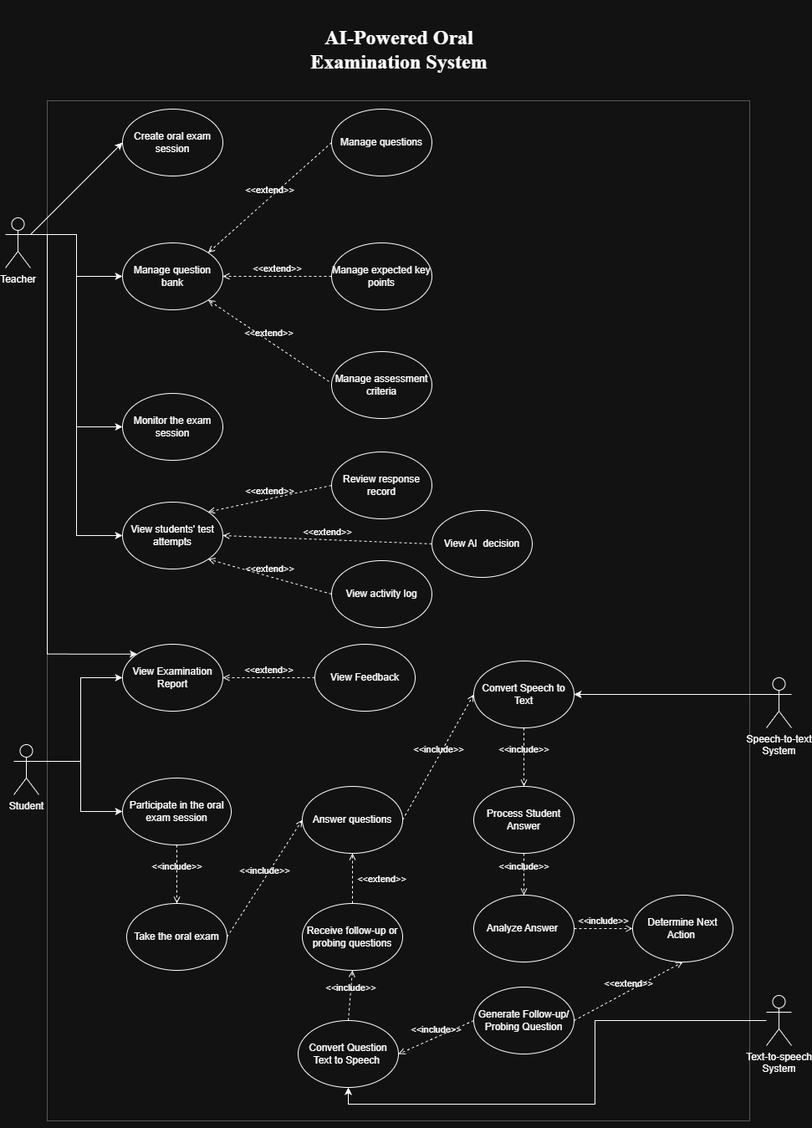
Above: docs/diagram/AI-Powered Oral Examination System Usecase Diagram.png in khai28925/ai-viva-exam-system (draw.io), before the change. Source tidied: cells renumbered, new cells last; positions are measured from the earlier drawing's top-left corner, leaving out a move shared by most shapes.
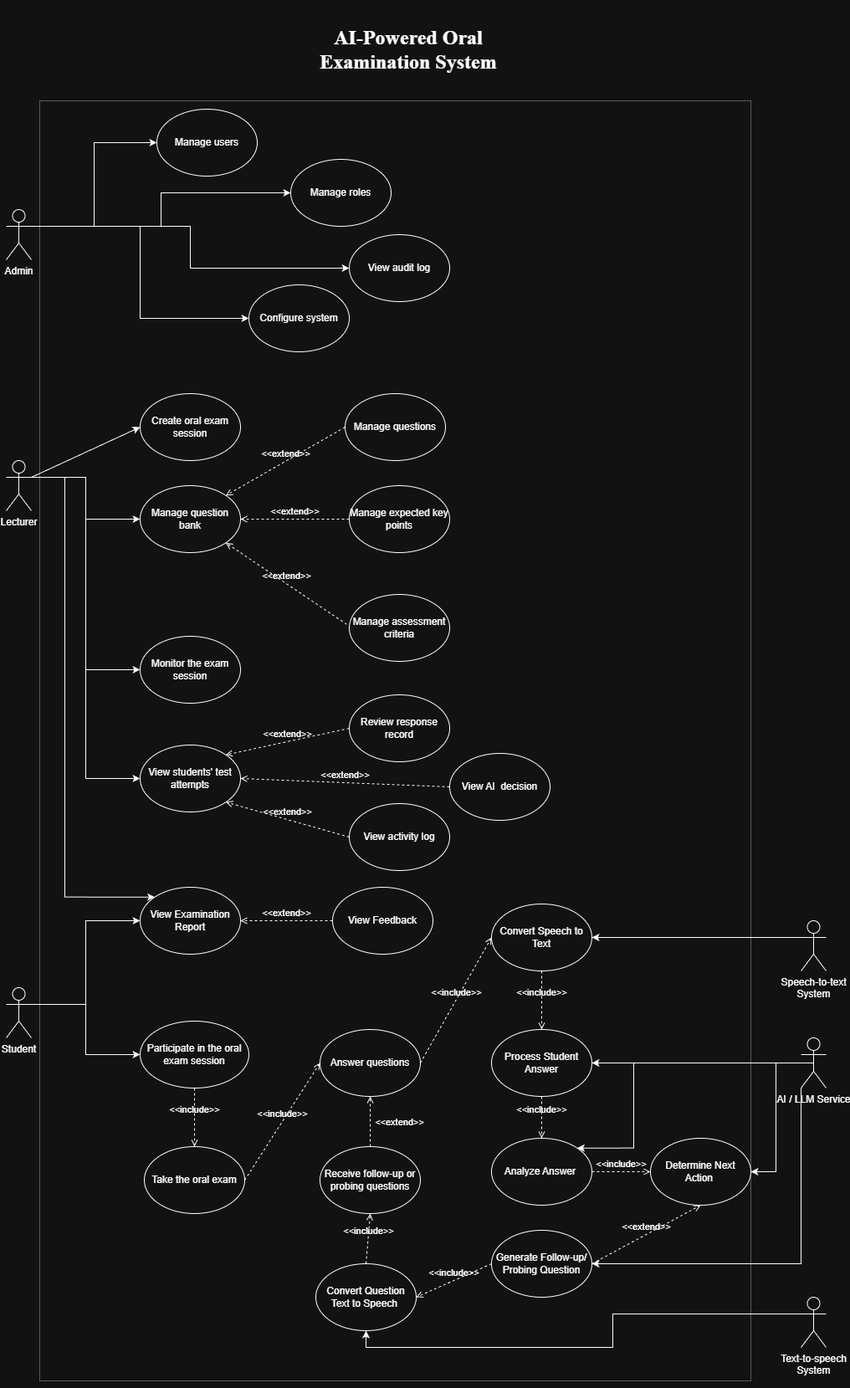
After the change.

What changed in the source:
```diff
@@ -3,7 +3,7 @@
     <mxCell id="0" />
     <mxCell id="1" parent="0" />
     <mxCell id="2" style="rounded=0;whiteSpace=wrap;html=1;fillColor=none;opacity=30;" parent="1" vertex="1">
-      <mxGeometry x="50" y="120" width="840" height="1220" as="geometry" />
+      <mxGeometry x="20" y="-170" width="850" height="1530" as="geometry" />
     </mxCell>
     <mxCell id="3" style="edgeStyle=orthogonalEdgeStyle;rounded=0;jettySize=auto;html=1;exitX=1;exitY=0.3333333333333333;exitDx=0;exitDy=0;exitPerimeter=0;entryX=0;entryY=0.5;entryDx=0;entryDy=0;" parent="1" edge="1" source="7" target="12">
       <mxGeometry relative="1" as="geometry" />
@@ -22,17 +22,17 @@
         </Array>
       </mxGeometry>
     </mxCell>
-    <mxCell id="7" value="Teacher" style="shape=umlActor;verticalLabelPosition=bottom;verticalAlign=top;html=1;outlineConnect=0;" parent="1" vertex="1">
-      <mxGeometry y="260" width="30" height="60" as="geometry" />
+    <mxCell id="7" value="Lecturer" style="shape=umlActor;verticalLabelPosition=bottom;verticalAlign=top;html=1;outlineConnect=0;" parent="1" vertex="1">
+      <mxGeometry x="-20" y="260" width="30" height="60" as="geometry" />
     </mxCell>
     <mxCell id="8" value="&lt;h1 style=&quot;margin-top: 0px;&quot;&gt;&lt;div style=&quot;mso-element:para-border-div;border:none;border-bottom:solid #4F81BD 1.0pt;&amp;lt;br/&amp;gt;mso-border-bottom-themecolor:accent1;padding:0in 0in 4.0pt 0in&quot;&gt;&lt;p class=&quot;MsoTitle&quot; align=&quot;center&quot; style=&quot;text-align:center&quot;&gt;&lt;font face=&quot;Times New Roman, serif&quot;&gt;AI-Powered Oral Examination System&lt;/font&gt;&lt;/p&gt;&lt;/div&gt;&lt;/h1&gt;" style="text;html=1;whiteSpace=wrap;overflow=hidden;rounded=0;" parent="1" vertex="1">
-      <mxGeometry x="315" width="310" height="110" as="geometry" />
+      <mxGeometry x="305" y="-290" width="310" height="110" as="geometry" />
     </mxCell>
     <mxCell id="9" value="Manage questions" style="ellipse;whiteSpace=wrap;html=1;" parent="1" vertex="1">
-      <mxGeometry x="390" y="130" width="120" height="80" as="geometry" />
+      <mxGeometry x="385" y="180" width="120" height="80" as="geometry" />
     </mxCell>
     <mxCell id="10" value="Create oral exam session" style="ellipse;whiteSpace=wrap;html=1;" parent="1" vertex="1">
-      <mxGeometry x="140" y="130" width="120" height="80" as="geometry" />
+      <mxGeometry x="140" y="180" width="120" height="80" as="geometry" />
     </mxCell>
     <mxCell id="11" value="Manage assessment criteria" style="ellipse;whiteSpace=wrap;html=1;" parent="1" vertex="1">
       <mxGeometry x="390" y="420" width="120" height="80" as="geometry" />
@@ -65,7 +65,7 @@
       <mxGeometry relative="1" as="geometry" />
     </mxCell>
     <mxCell id="21" value="Student" style="shape=umlActor;verticalLabelPosition=bottom;verticalAlign=top;html=1;outlineConnect=0;" parent="1" vertex="1">
-      <mxGeometry x="10" y="890" width="30" height="60" as="geometry" />
+      <mxGeometry x="-20" y="890" width="30" height="60" as="geometry" />
     </mxCell>
     <mxCell id="22" value="Monitor the exam session" style="ellipse;whiteSpace=wrap;html=1;" parent="1" vertex="1">
       <mxGeometry x="140" y="470" width="120" height="80" as="geometry" />
@@ -116,10 +116,10 @@
       <mxGeometry relative="1" as="geometry" />
     </mxCell>
     <mxCell id="38" value="Speech-to-text&lt;br&gt;Syste&lt;span style=&quot;background-color: transparent; color: light-dark(rgb(0, 0, 0), rgb(255, 255, 255));&quot;&gt;m&lt;/span&gt;" style="shape=umlActor;verticalLabelPosition=bottom;verticalAlign=top;html=1;outlineConnect=0;" parent="1" vertex="1">
-      <mxGeometry x="910" y="810" width="30" height="60" as="geometry" />
+      <mxGeometry x="930" y="810" width="30" height="60" as="geometry" />
     </mxCell>
     <mxCell id="39" value="Text-to-speech&lt;div&gt;System&lt;/div&gt;" style="shape=umlActor;verticalLabelPosition=bottom;verticalAlign=top;html=1;outlineConnect=0;" parent="1" vertex="1">
-      <mxGeometry x="910" y="1190" width="30" height="60" as="geometry" />
+      <mxGeometry x="930" y="1260" width="30" height="60" as="geometry" />
     </mxCell>
     <mxCell id="40" value="Process Student Answer" style="ellipse;whiteSpace=wrap;html=1;" parent="1" vertex="1">
       <mxGeometry x="560" y="940" width="120" height="80" as="geometry" />
@@ -160,7 +160,7 @@
     <mxCell id="52" style="endArrow=classic;html=1;rounded=0;entryX=0.5;entryY=1;entryDx=0;entryDy=0;edgeStyle=orthogonalEdgeStyle;" parent="1" edge="1" source="39" target="50">
       <mxGeometry relative="1" as="geometry">
         <Array as="points">
-          <mxPoint x="705" y="1220" />
+          <mxPoint x="705" y="1280" />
           <mxPoint x="705" y="1320" />
           <mxPoint x="410" y="1320" />
         </Array>
@@ -178,5 +178,52 @@
     <mxCell id="56" value="&amp;lt;&amp;lt;extend&amp;gt;&amp;gt;" style="html=1;verticalAlign=bottom;labelBackgroundColor=none;endArrow=open;endFill=0;dashed=1;rounded=0;exitX=0;exitY=0.5;exitDx=0;exitDy=0;entryX=1;entryY=0.5;entryDx=0;entryDy=0;" parent="1" edge="1" source="55" target="23">
       <mxGeometry relative="1" as="geometry" />
     </mxCell>
+    <mxCell id="57" style="edgeStyle=orthogonalEdgeStyle;rounded=0;jettySize=auto;html=1;entryX=1;entryY=0.5;entryDx=0;entryDy=0;" parent="1" edge="1" source="61" target="40">
+      <mxGeometry relative="1" as="geometry" />
+    </mxCell>
+    <mxCell id="58" style="edgeStyle=orthogonalEdgeStyle;rounded=0;jettySize=auto;html=1;exitX=0.5;exitY=0.5;exitDx=0;exitDy=0;exitPerimeter=0;entryX=1;entryY=0;entryDx=0;entryDy=0;" parent="1" edge="1" source="61" target="41">
+      <mxGeometry relative="1" as="geometry">
+        <Array as="points">
+          <mxPoint x="730" y="980" />
+          <mxPoint x="730" y="1082" />
+        </Array>
+      </mxGeometry>
+    </mxCell>
+    <mxCell id="59" style="edgeStyle=orthogonalEdgeStyle;rounded=0;jettySize=auto;html=1;exitX=0.5;exitY=0.5;exitDx=0;exitDy=0;exitPerimeter=0;entryX=1;entryY=0.5;entryDx=0;entryDy=0;" parent="1" edge="1" source="61" target="43">
+      <mxGeometry relative="1" as="geometry" />
+    </mxCell>
+    <mxCell id="60" style="edgeStyle=orthogonalEdgeStyle;rounded=0;jettySize=auto;html=1;exitX=0;exitY=1;exitDx=0;exitDy=0;exitPerimeter=0;entryX=1;entryY=0.5;entryDx=0;entryDy=0;" parent="1" edge="1" source="61" target="42">
+      <mxGeometry relative="1" as="geometry" />
+    </mxCell>
+    <mxCell id="61" value="AI / LLM Service" style="shape=umlActor;verticalLabelPosition=bottom;verticalAlign=top;html=1;outlineConnect=0;" parent="1" vertex="1">
+      <mxGeometry x="930" y="950" width="30" height="60" as="geometry" />
+    </mxCell>
+    <mxCell id="62" value="Admin" style="shape=umlActor;verticalLabelPosition=bottom;verticalAlign=top;html=1;outlineConnect=0;" parent="1" vertex="1">
+      <mxGeometry x="-20" y="-40" width="30" height="60" as="geometry" />
+    </mxCell>
+    <mxCell id="63" value="Manage users" style="ellipse;whiteSpace=wrap;html=1;" parent="1" vertex="1">
+      <mxGeometry x="160" y="-160" width="120" height="80" as="geometry" />
+    </mxCell>
+    <mxCell id="64" value="Manage roles" style="ellipse;whiteSpace=wrap;html=1;" parent="1" vertex="1">
+      <mxGeometry x="320" y="-100" width="120" height="80" as="geometry" />
+    </mxCell>
+    <mxCell id="65" value="Configure system" style="ellipse;whiteSpace=wrap;html=1;" parent="1" vertex="1">
+      <mxGeometry x="270" y="50" width="120" height="80" as="geometry" />
+    </mxCell>
+    <mxCell id="66" value="View audit log" style="ellipse;whiteSpace=wrap;html=1;" parent="1" vertex="1">
+      <mxGeometry x="390" y="-10" width="120" height="80" as="geometry" />
+    </mxCell>
+    <mxCell id="67" style="edgeStyle=orthogonalEdgeStyle;rounded=0;jettySize=auto;html=1;exitX=1;exitY=0.3333333333333333;exitDx=0;exitDy=0;exitPerimeter=0;entryX=0;entryY=0.5;entryDx=0;entryDy=0;" parent="1" edge="1" source="62" target="63">
+      <mxGeometry relative="1" as="geometry" />
+    </mxCell>
+    <mxCell id="68" style="edgeStyle=orthogonalEdgeStyle;rounded=0;jettySize=auto;html=1;exitX=1;exitY=0.3333333333333333;exitDx=0;exitDy=0;exitPerimeter=0;entryX=0;entryY=0.5;entryDx=0;entryDy=0;" parent="1" edge="1" source="62" target="64">
+      <mxGeometry relative="1" as="geometry" />
+    </mxCell>
+    <mxCell id="69" style="edgeStyle=orthogonalEdgeStyle;rounded=0;jettySize=auto;html=1;exitX=1;exitY=0.3333333333333333;exitDx=0;exitDy=0;exitPerimeter=0;entryX=0;entryY=0.5;entryDx=0;entryDy=0;" parent="1" edge="1" source="62" target="65">
+      <mxGeometry relative="1" as="geometry" />
+    </mxCell>
+    <mxCell id="70" style="edgeStyle=orthogonalEdgeStyle;rounded=0;jettySize=auto;html=1;exitX=1;exitY=0.3333333333333333;exitDx=0;exitDy=0;exitPerimeter=0;entryX=0;entryY=0.5;entryDx=0;entryDy=0;" parent="1" edge="1" source="62" target="66">
+      <mxGeometry relative="1" as="geometry" />
+    </mxCell>
   </root>
 </mxGraphModel>
```
